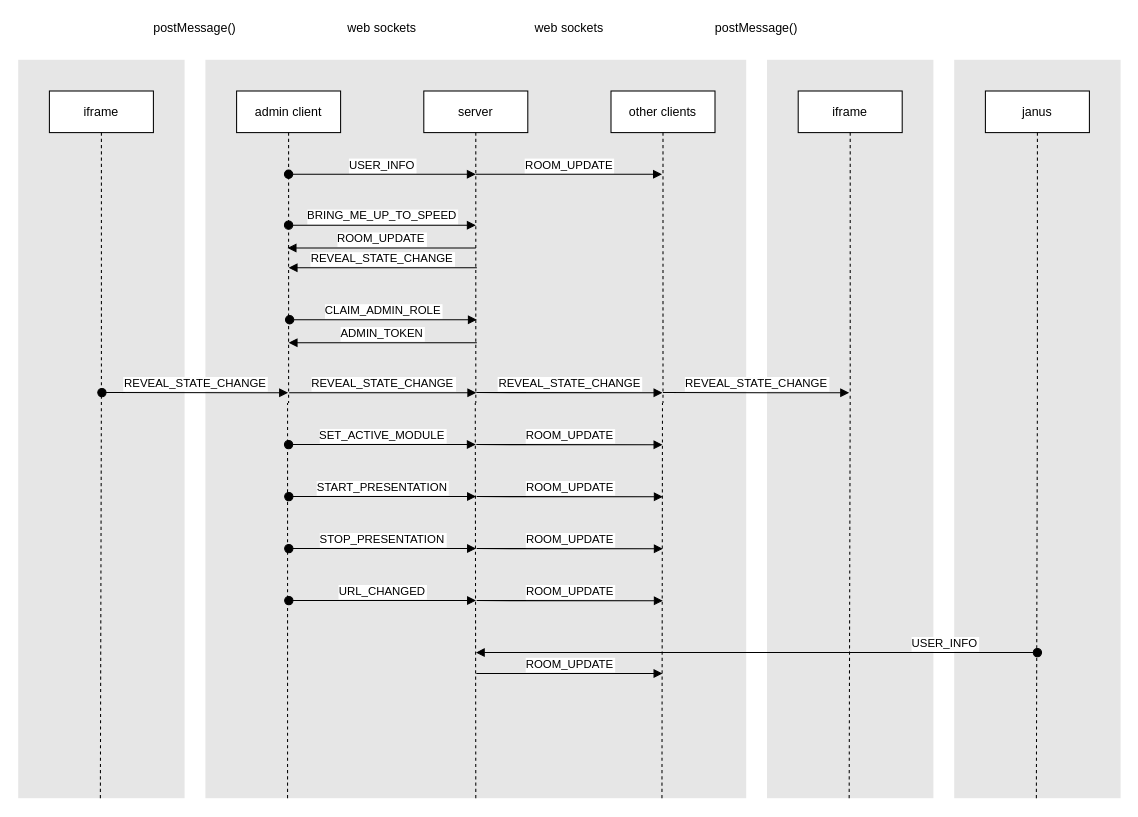
Above: docs/message-protocol.drawio in freder/teacher.js (draw.io), before the change. Source tidied: cells renumbered, new cells numbered last; positions are measured from the earlier drawing's top-left corner, leaving out a move shared by most shapes. Both pictures are drawn from the tidied source at 104%, with x=0, y=0 at pixel (18, 18).
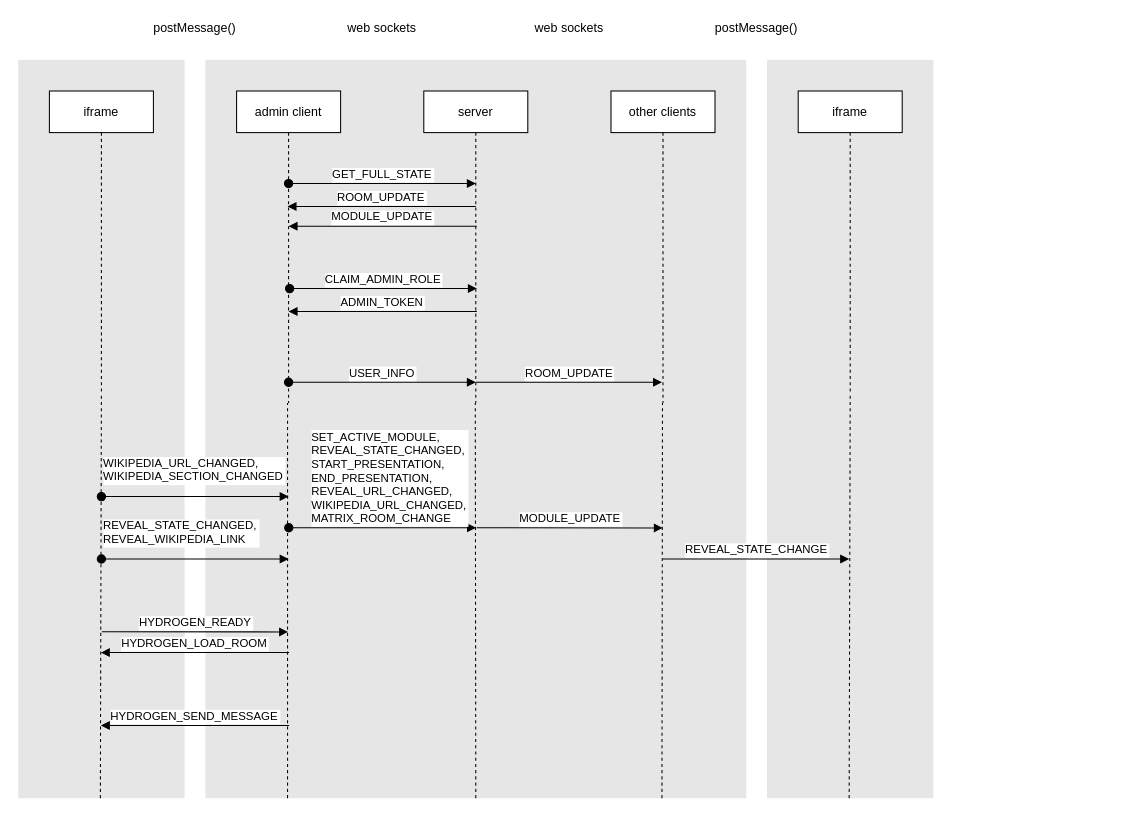
The same page after the edit.

The change refers to these unchanged cells:
```xml
<mxCell id="6" value="admin client" style="shape=umlLifeline;perimeter=lifelinePerimeter;rounded=0;shadow=0;strokeWidth=1;" parent="1" vertex="1">
  <mxGeometry x="210" y="70" width="100" height="300" as="geometry" />
</mxCell>
<mxCell id="7" value="server" style="shape=umlLifeline;perimeter=lifelinePerimeter;rounded=0;shadow=0;strokeWidth=1;" parent="1" vertex="1">
  <mxGeometry x="390" y="70" width="100" height="300" as="geometry" />
</mxCell>
<mxCell id="8" value="other clients" style="shape=umlLifeline;perimeter=lifelinePerimeter;rounded=0;shadow=0;strokeWidth=1;" parent="1" vertex="1">
  <mxGeometry x="570" y="70" width="100" height="300" as="geometry" />
</mxCell>
```

The edit, as a diff of the source:
```diff
@@
-    <mxCell id="2" style="rounded=0;whiteSpace=wrap;html=1;strokeColor=none;fillColor=#E6E6E6;" parent="1" vertex="1">
-      <mxGeometry x="900" y="40" width="160" height="710" as="geometry" />
-    </mxCell>
@@
-    <mxCell id="10" value="USER_INFO" style="verticalAlign=bottom;startArrow=oval;endArrow=block;startSize=8;shadow=0;strokeWidth=1;entryX=0.5;entryY=0.267;entryDx=0;entryDy=0;entryPerimeter=0;exitX=0.5;exitY=0.267;exitDx=0;exitDy=0;exitPerimeter=0;" parent="1" edge="1" source="6" target="7">
-      <mxGeometry relative="1" as="geometry" />
+    <mxCell id="10" value="USER_INFO" style="verticalAlign=bottom;startArrow=oval;endArrow=block;startSize=8;shadow=0;strokeWidth=1;entryX=0.5;entryY=0.267;entryDx=0;entryDy=0;entryPerimeter=0;exitX=0.5;exitY=0.267;exitDx=0;exitDy=0;exitPerimeter=0;" parent="1" edge="1">
+      <mxGeometry relative="1" as="geometry">
+        <mxPoint x="260" y="350.1" as="sourcePoint" />
+        <mxPoint x="440" y="350.1" as="targetPoint" />
+      </mxGeometry>
     </mxCell>
-    <mxCell id="11" value="ROOM_UPDATE" style="verticalAlign=bottom;startArrow=none;endArrow=block;startSize=8;shadow=0;strokeWidth=1;entryX=0.49;entryY=0.267;entryDx=0;entryDy=0;entryPerimeter=0;startFill=0;" parent="1" edge="1" target="8">
+    <mxCell id="11" value="ROOM_UPDATE" style="verticalAlign=bottom;startArrow=none;endArrow=block;startSize=8;shadow=0;strokeWidth=1;entryX=0.49;entryY=0.267;entryDx=0;entryDy=0;entryPerimeter=0;startFill=0;" parent="1" edge="1">
       <mxGeometry relative="1" as="geometry">
-        <mxPoint x="440" y="150" as="sourcePoint" />
+        <mxPoint x="440" y="350" as="sourcePoint" />
+        <mxPoint x="619" y="350.1" as="targetPoint" />
       </mxGeometry>
     </mxCell>
@@
-    <mxCell id="14" value="BRING_ME_UP_TO_SPEED" style="verticalAlign=bottom;startArrow=oval;endArrow=block;startSize=8;shadow=0;strokeWidth=1;entryX=0.5;entryY=0.267;entryDx=0;entryDy=0;entryPerimeter=0;exitX=0.5;exitY=0.267;exitDx=0;exitDy=0;exitPerimeter=0;" parent="1" edge="1">
+    <mxCell id="14" value="GET_FULL_STATE" style="verticalAlign=bottom;startArrow=oval;endArrow=block;startSize=8;shadow=0;strokeWidth=1;entryX=0.5;entryY=0.267;entryDx=0;entryDy=0;entryPerimeter=0;exitX=0.5;exitY=0.267;exitDx=0;exitDy=0;exitPerimeter=0;" parent="1" edge="1">
       <mxGeometry relative="1" as="geometry">
-        <mxPoint x="260" y="199" as="sourcePoint" />
-        <mxPoint x="440" y="199" as="targetPoint" />
+        <mxPoint x="260" y="159" as="sourcePoint" />
+        <mxPoint x="440" y="159" as="targetPoint" />
       </mxGeometry>
     </mxCell>
     <mxCell id="15" value="ROOM_UPDATE" style="verticalAlign=bottom;startArrow=none;endArrow=block;startSize=8;shadow=0;strokeWidth=1;entryX=0.49;entryY=0.46;entryDx=0;entryDy=0;entryPerimeter=0;startFill=0;exitX=0.5;exitY=0.46;exitDx=0;exitDy=0;exitPerimeter=0;" parent="1" edge="1">
       <mxGeometry relative="1" as="geometry">
-        <mxPoint x="440" y="221" as="sourcePoint" />
-        <mxPoint x="259" y="221" as="targetPoint" />
+        <mxPoint x="440" y="181" as="sourcePoint" />
+        <mxPoint x="259" y="181" as="targetPoint" />
       </mxGeometry>
     </mxCell>
     <mxCell id="16" value="CLAIM_ADMIN_ROLE" style="verticalAlign=bottom;startArrow=oval;endArrow=block;startSize=8;shadow=0;strokeWidth=1;entryX=0.5;entryY=0.267;entryDx=0;entryDy=0;entryPerimeter=0;exitX=0.5;exitY=0.267;exitDx=0;exitDy=0;exitPerimeter=0;" parent="1" edge="1">
       <mxGeometry relative="1" as="geometry">
-        <mxPoint x="261" y="290" as="sourcePoint" />
-        <mxPoint x="441" y="290" as="targetPoint" />
+        <mxPoint x="261" y="260" as="sourcePoint" />
+        <mxPoint x="441" y="260" as="targetPoint" />
       </mxGeometry>
     </mxCell>
     <mxCell id="17" value="ADMIN_TOKEN" style="verticalAlign=bottom;startArrow=none;endArrow=block;startSize=8;shadow=0;strokeWidth=1;entryX=0.49;entryY=0.46;entryDx=0;entryDy=0;entryPerimeter=0;startFill=0;exitX=0.5;exitY=0.46;exitDx=0;exitDy=0;exitPerimeter=0;" parent="1" edge="1">
       <mxGeometry relative="1" as="geometry">
-        <mxPoint x="441" y="312" as="sourcePoint" />
-        <mxPoint x="260" y="312" as="targetPoint" />
+        <mxPoint x="441" y="282" as="sourcePoint" />
+        <mxPoint x="260" y="282" as="targetPoint" />
       </mxGeometry>
     </mxCell>
-    <mxCell id="18" value="REVEAL_STATE_CHANGE" style="verticalAlign=bottom;startArrow=none;endArrow=block;startSize=8;shadow=0;strokeWidth=1;entryX=0.49;entryY=0.46;entryDx=0;entryDy=0;entryPerimeter=0;startFill=0;exitX=0.5;exitY=0.46;exitDx=0;exitDy=0;exitPerimeter=0;" parent="1" edge="1">
+    <mxCell id="18" value="MODULE_UPDATE" style="verticalAlign=bottom;startArrow=none;endArrow=block;startSize=8;shadow=0;strokeWidth=1;entryX=0.49;entryY=0.46;entryDx=0;entryDy=0;entryPerimeter=0;startFill=0;exitX=0.5;exitY=0.46;exitDx=0;exitDy=0;exitPerimeter=0;" parent="1" edge="1">
       <mxGeometry relative="1" as="geometry">
-        <mxPoint x="441" y="240" as="sourcePoint" />
-        <mxPoint x="260" y="240" as="targetPoint" />
+        <mxPoint x="441" y="200" as="sourcePoint" />
+        <mxPoint x="260" y="200" as="targetPoint" />
       </mxGeometry>
     </mxCell>
-    <mxCell id="19" value="REVEAL_STATE_CHANGE" style="verticalAlign=bottom;startArrow=none;endArrow=block;startSize=8;shadow=0;strokeWidth=1;entryX=0.5;entryY=0.267;entryDx=0;entryDy=0;entryPerimeter=0;exitX=0.5;exitY=0.267;exitDx=0;exitDy=0;exitPerimeter=0;startFill=0;" parent="1" edge="1">
-      <mxGeometry relative="1" as="geometry">
-        <mxPoint x="260.5" y="360.1" as="sourcePoint" />
-        <mxPoint x="440.5" y="360.1" as="targetPoint" />
-      </mxGeometry>
-    </mxCell>
-    <mxCell id="20" value="REVEAL_STATE_CHANGE" style="verticalAlign=bottom;startArrow=none;endArrow=block;startSize=8;shadow=0;strokeWidth=1;entryX=0.49;entryY=0.267;entryDx=0;entryDy=0;entryPerimeter=0;startFill=0;" parent="1" edge="1">
-      <mxGeometry relative="1" as="geometry">
-        <mxPoint x="440.5" y="360" as="sourcePoint" />
-        <mxPoint x="619.5" y="360.1" as="targetPoint" />
-      </mxGeometry>
-    </mxCell>
@@
     <mxCell id="22" value="REVEAL_STATE_CHANGE" style="verticalAlign=bottom;startArrow=none;endArrow=block;startSize=8;shadow=0;strokeWidth=1;entryX=0.49;entryY=0.267;entryDx=0;entryDy=0;entryPerimeter=0;startFill=0;" parent="1" edge="1">
       <mxGeometry relative="1" as="geometry">
-        <mxPoint x="620" y="360" as="sourcePoint" />
-        <mxPoint x="799" y="360.1" as="targetPoint" />
+        <mxPoint x="620" y="520" as="sourcePoint" />
+        <mxPoint x="799" y="520.1" as="targetPoint" />
       </mxGeometry>
     </mxCell>
-    <mxCell id="23" value="REVEAL_STATE_CHANGE" style="verticalAlign=bottom;startArrow=oval;endArrow=block;startSize=8;shadow=0;strokeWidth=1;entryX=0.49;entryY=0.267;entryDx=0;entryDy=0;entryPerimeter=0;startFill=1;" parent="1" edge="1">
-      <mxGeometry relative="1" as="geometry">
-        <mxPoint x="80.5" y="360" as="sourcePoint" />
-        <mxPoint x="259.5" y="360.1" as="targetPoint" />
-      </mxGeometry>
-    </mxCell>
@@
-    <mxCell id="31" value="SET_ACTIVE_MODULE" style="verticalAlign=bottom;startArrow=oval;endArrow=block;startSize=8;shadow=0;strokeWidth=1;entryX=0.5;entryY=0.267;entryDx=0;entryDy=0;entryPerimeter=0;exitX=0.5;exitY=0.267;exitDx=0;exitDy=0;exitPerimeter=0;" parent="1" edge="1">
-      <mxGeometry relative="1" as="geometry">
-        <mxPoint x="260" y="410" as="sourcePoint" />
-        <mxPoint x="440" y="410" as="targetPoint" />
-      </mxGeometry>
-    </mxCell>
-    <mxCell id="32" value="ROOM_UPDATE" style="verticalAlign=bottom;startArrow=none;endArrow=block;startSize=8;shadow=0;strokeWidth=1;entryX=0.49;entryY=0.267;entryDx=0;entryDy=0;entryPerimeter=0;startFill=0;" parent="1" edge="1">
-      <mxGeometry relative="1" as="geometry">
-        <mxPoint x="440.5" y="410" as="sourcePoint" />
-        <mxPoint x="619.5" y="410.1" as="targetPoint" />
-      </mxGeometry>
-    </mxCell>
-    <mxCell id="33" value="START_PRESENTATION" style="verticalAlign=bottom;startArrow=oval;endArrow=block;startSize=8;shadow=0;strokeWidth=1;entryX=0.5;entryY=0.267;entryDx=0;entryDy=0;entryPerimeter=0;exitX=0.5;exitY=0.267;exitDx=0;exitDy=0;exitPerimeter=0;" parent="1" edge="1">
-      <mxGeometry relative="1" as="geometry">
-        <mxPoint x="260.2" y="460" as="sourcePoint" />
-        <mxPoint x="440.2" y="460" as="targetPoint" />
-      </mxGeometry>
-    </mxCell>
-    <mxCell id="34" value="ROOM_UPDATE" style="verticalAlign=bottom;startArrow=none;endArrow=block;startSize=8;shadow=0;strokeWidth=1;entryX=0.49;entryY=0.267;entryDx=0;entryDy=0;entryPerimeter=0;startFill=0;" parent="1" edge="1">
-      <mxGeometry relative="1" as="geometry">
-        <mxPoint x="440.8" y="460" as="sourcePoint" />
-        <mxPoint x="619.8" y="460.1" as="targetPoint" />
-      </mxGeometry>
-    </mxCell>
-    <mxCell id="35" value="STOP_PRESENTATION" style="verticalAlign=bottom;startArrow=oval;endArrow=block;startSize=8;shadow=0;strokeWidth=1;entryX=0.5;entryY=0.267;entryDx=0;entryDy=0;entryPerimeter=0;exitX=0.5;exitY=0.267;exitDx=0;exitDy=0;exitPerimeter=0;" parent="1" edge="1">
-      <mxGeometry relative="1" as="geometry">
-        <mxPoint x="260.2" y="510" as="sourcePoint" />
-        <mxPoint x="440.2" y="510" as="targetPoint" />
-      </mxGeometry>
-    </mxCell>
-    <mxCell id="36" value="ROOM_UPDATE" style="verticalAlign=bottom;startArrow=none;endArrow=block;startSize=8;shadow=0;strokeWidth=1;entryX=0.49;entryY=0.267;entryDx=0;entryDy=0;entryPerimeter=0;startFill=0;" parent="1" edge="1">
-      <mxGeometry relative="1" as="geometry">
-        <mxPoint x="440.8" y="510" as="sourcePoint" />
-        <mxPoint x="619.8" y="510.1" as="targetPoint" />
-      </mxGeometry>
-    </mxCell>
-    <mxCell id="37" value="URL_CHANGED" style="verticalAlign=bottom;startArrow=oval;endArrow=block;startSize=8;shadow=0;strokeWidth=1;entryX=0.5;entryY=0.267;entryDx=0;entryDy=0;entryPerimeter=0;exitX=0.5;exitY=0.267;exitDx=0;exitDy=0;exitPerimeter=0;" parent="1" edge="1">
-      <mxGeometry relative="1" as="geometry">
-        <mxPoint x="260.2" y="560" as="sourcePoint" />
-        <mxPoint x="440.2" y="560" as="targetPoint" />
+    <mxCell id="37" value="SET_ACTIVE_MODULE,&#10;REVEAL_STATE_CHANGED,&#10;START_PRESENTATION,&#10;END_PRESENTATION,&#10;REVEAL_URL_CHANGED,&#10;WIKIPEDIA_URL_CHANGED,&#10;MATRIX_ROOM_CHANGE" style="verticalAlign=bottom;startArrow=oval;endArrow=block;startSize=8;shadow=0;strokeWidth=1;entryX=0.5;entryY=0.267;entryDx=0;entryDy=0;entryPerimeter=0;exitX=0.5;exitY=0.267;exitDx=0;exitDy=0;exitPerimeter=0;align=left;" parent="1" edge="1">
+      <mxGeometry x="-0.78" relative="1" as="geometry">
+        <mxPoint x="260.2" y="490" as="sourcePoint" />
+        <mxPoint x="440.2" y="490" as="targetPoint" />
       </mxGeometry>
     </mxCell>
-    <mxCell id="38" value="ROOM_UPDATE" style="verticalAlign=bottom;startArrow=none;endArrow=block;startSize=8;shadow=0;strokeWidth=1;entryX=0.49;entryY=0.267;entryDx=0;entryDy=0;entryPerimeter=0;startFill=0;" parent="1" edge="1">
+    <mxCell id="38" value="MODULE_UPDATE" style="verticalAlign=bottom;startArrow=none;endArrow=block;startSize=8;shadow=0;strokeWidth=1;entryX=0.49;entryY=0.267;entryDx=0;entryDy=0;entryPerimeter=0;startFill=0;" parent="1" edge="1">
       <mxGeometry relative="1" as="geometry">
-        <mxPoint x="440.8" y="560" as="sourcePoint" />
-        <mxPoint x="619.8" y="560.1" as="targetPoint" />
+        <mxPoint x="440.8" y="490" as="sourcePoint" />
+        <mxPoint x="619.8" y="490.1" as="targetPoint" />
       </mxGeometry>
     </mxCell>
-    <mxCell id="39" value="janus" style="shape=umlLifeline;perimeter=lifelinePerimeter;rounded=0;shadow=0;strokeWidth=1;" parent="1" vertex="1">
-      <mxGeometry x="930" y="70" width="100" height="290" as="geometry" />
-    </mxCell>
-    <mxCell id="40" style="endArrow=none;dashed=1;html=1;" parent="1" edge="1">
-      <mxGeometry relative="1" as="geometry">
-        <mxPoint x="979" y="750" as="sourcePoint" />
-        <mxPoint x="980" y="360" as="targetPoint" />
-      </mxGeometry>
-    </mxCell>
-    <mxCell id="41" value="USER_INFO" style="verticalAlign=bottom;startArrow=oval;endArrow=block;startSize=8;shadow=0;strokeWidth=1;" parent="1" edge="1">
-      <mxGeometry x="-0.67" relative="1" as="geometry">
-        <mxPoint x="980" y="610" as="sourcePoint" />
-        <mxPoint x="440" y="610" as="targetPoint" />
-      </mxGeometry>
-    </mxCell>
-    <mxCell id="42" value="ROOM_UPDATE" style="verticalAlign=bottom;startArrow=none;endArrow=block;startSize=8;shadow=0;strokeWidth=1;entryX=0.49;entryY=0.267;entryDx=0;entryDy=0;entryPerimeter=0;startFill=0;" parent="1" edge="1">
-      <mxGeometry relative="1" as="geometry">
-        <mxPoint x="440.5" y="630" as="sourcePoint" />
-        <mxPoint x="619.5" y="630.1" as="targetPoint" />
-      </mxGeometry>
-    </mxCell>
+    <mxCell id="43" value="WIKIPEDIA_URL_CHANGED,&#10;WIKIPEDIA_SECTION_CHANGED" style="verticalAlign=bottom;startArrow=oval;endArrow=block;startSize=8;shadow=0;strokeWidth=1;entryX=0.5;entryY=0.267;entryDx=0;entryDy=0;entryPerimeter=0;exitX=0.5;exitY=0.267;exitDx=0;exitDy=0;exitPerimeter=0;align=left;" parent="1" edge="1">
+      <mxGeometry x="-1" y="10" relative="1" as="geometry">
+        <mxPoint x="80" y="460" as="sourcePoint" />
+        <mxPoint x="260" y="460" as="targetPoint" />
+      </mxGeometry>
+    </mxCell>
+    <mxCell id="44" value="REVEAL_STATE_CHANGED,&#10;REVEAL_WIKIPEDIA_LINK" style="verticalAlign=bottom;startArrow=oval;endArrow=block;startSize=8;shadow=0;strokeWidth=1;entryX=0.5;entryY=0.267;entryDx=0;entryDy=0;entryPerimeter=0;exitX=0.5;exitY=0.267;exitDx=0;exitDy=0;exitPerimeter=0;align=left;" parent="1" edge="1">
+      <mxGeometry x="-1" y="10" relative="1" as="geometry">
+        <mxPoint x="80" y="520" as="sourcePoint" />
+        <mxPoint x="260" y="520" as="targetPoint" />
+      </mxGeometry>
+    </mxCell>
+    <mxCell id="45" value="HYDROGEN_READY" style="verticalAlign=bottom;startArrow=none;endArrow=block;startSize=8;shadow=0;strokeWidth=1;entryX=0.49;entryY=0.267;entryDx=0;entryDy=0;entryPerimeter=0;startFill=0;" parent="1" edge="1">
+      <mxGeometry relative="1" as="geometry">
+        <mxPoint x="80.5" y="590" as="sourcePoint" />
+        <mxPoint x="259.5" y="590.1" as="targetPoint" />
+      </mxGeometry>
+    </mxCell>
+    <mxCell id="46" value="HYDROGEN_SEND_MESSAGE" style="verticalAlign=bottom;startArrow=none;endArrow=block;startSize=8;shadow=0;strokeWidth=1;entryX=0.49;entryY=0.46;entryDx=0;entryDy=0;entryPerimeter=0;startFill=0;exitX=0.5;exitY=0.46;exitDx=0;exitDy=0;exitPerimeter=0;" parent="1" edge="1">
+      <mxGeometry relative="1" as="geometry">
+        <mxPoint x="260.5" y="680" as="sourcePoint" />
+        <mxPoint x="79.5" y="680" as="targetPoint" />
+      </mxGeometry>
+    </mxCell>
+    <mxCell id="47" value="HYDROGEN_LOAD_ROOM" style="verticalAlign=bottom;startArrow=none;endArrow=block;startSize=8;shadow=0;strokeWidth=1;entryX=0.49;entryY=0.46;entryDx=0;entryDy=0;entryPerimeter=0;startFill=0;exitX=0.5;exitY=0.46;exitDx=0;exitDy=0;exitPerimeter=0;" parent="1" edge="1">
+      <mxGeometry relative="1" as="geometry">
+        <mxPoint x="260.5" y="610" as="sourcePoint" />
+        <mxPoint x="79.5" y="610" as="targetPoint" />
+      </mxGeometry>
+    </mxCell>
```
